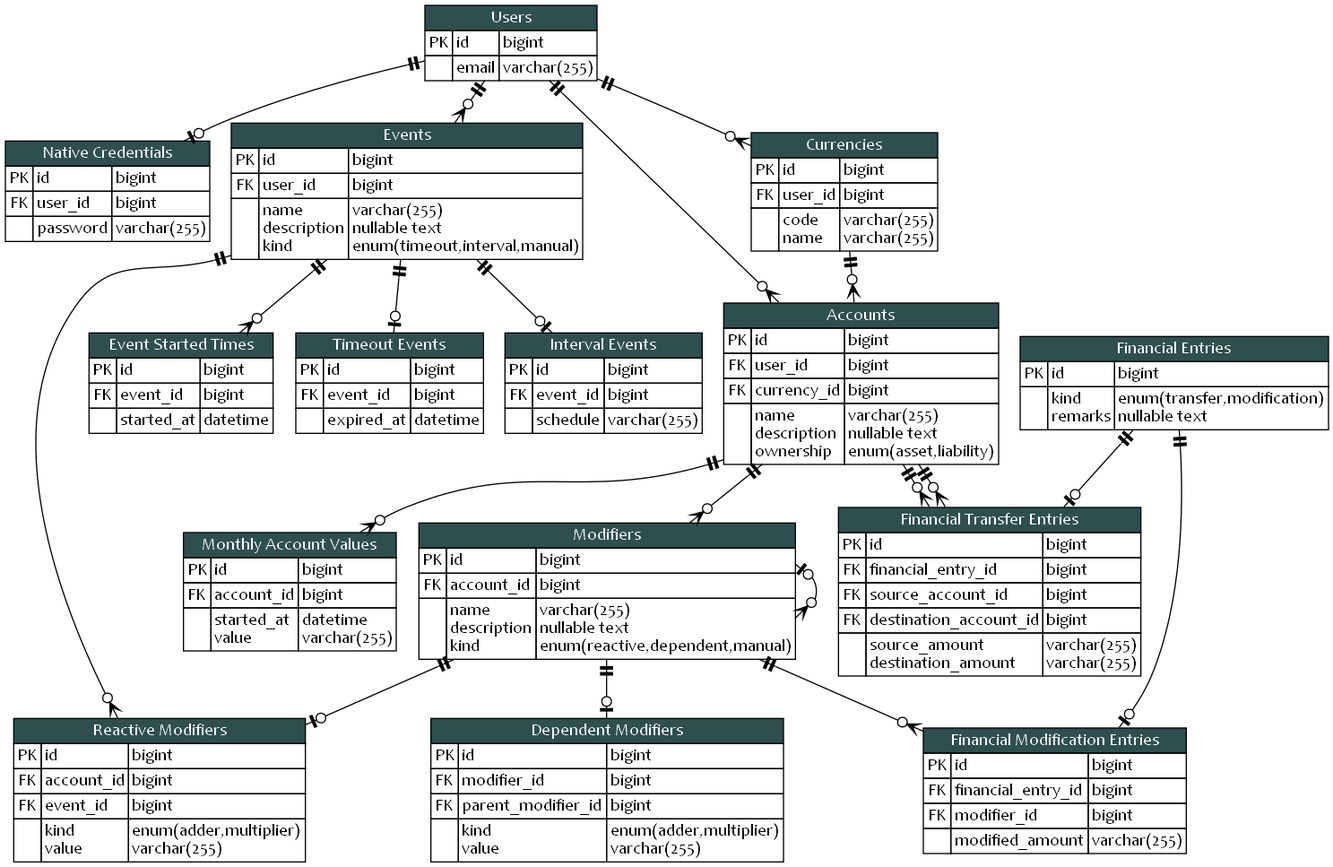
The Graphviz diagram blueprint/erd.png in KennethTrecy/peratorakka_server, before a commit. Its source is kept beside it as blueprint/erd.dot.
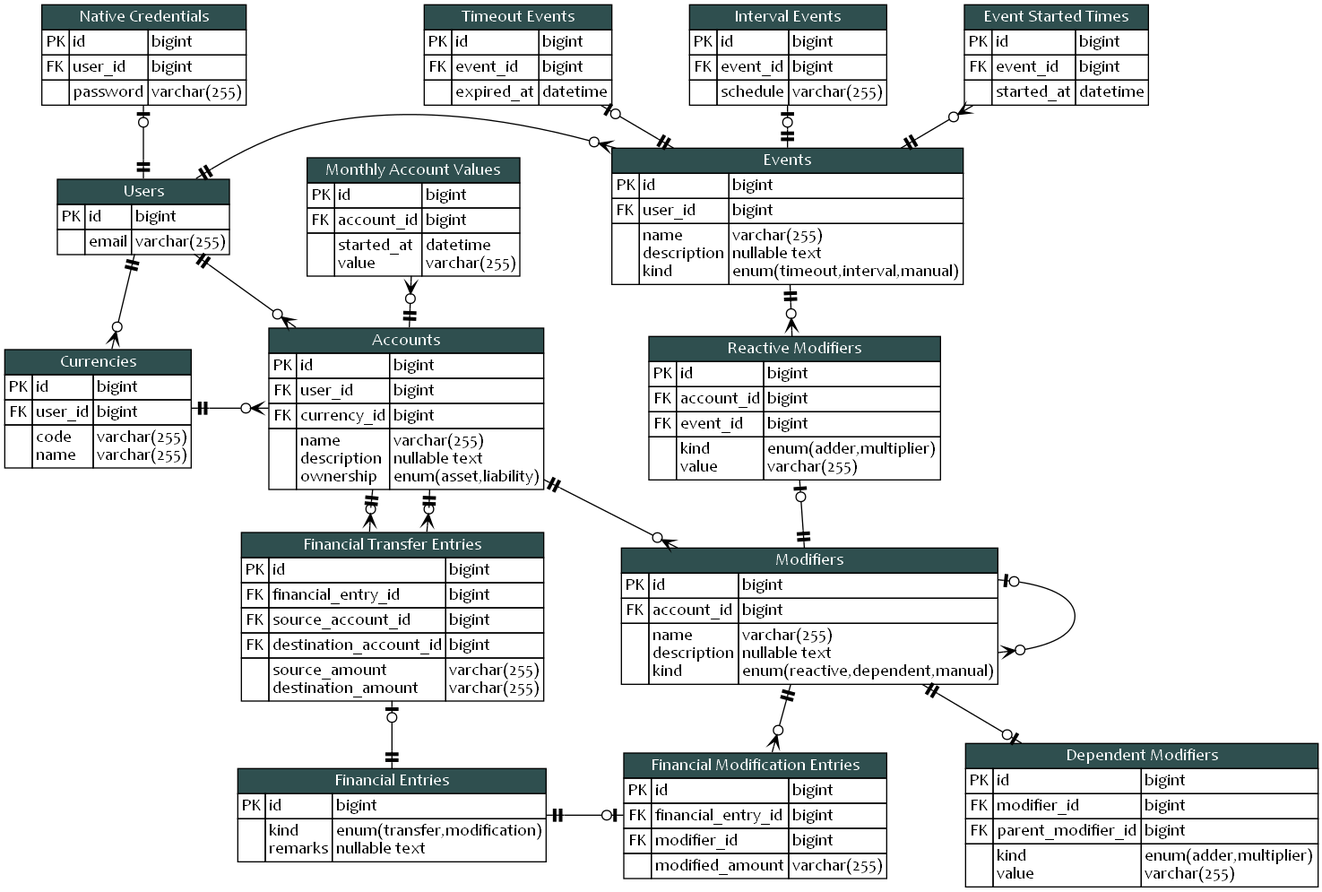
Above is the later version.

Commit message:
docs(blueprint): reorganize the positions of entities in ERD

What changed in the source:
```diff
@@ -1,7 +1,8 @@
 digraph {
 	graph [
+		layout = dot
 		splines = true
-		layout = dot
+		nodesep = 0.9
 	]
 	{
 		node [ shape = none margin = 0 fontname="Candara" ]
@@ -574,4 +575,38 @@
 
 		modifiers -> modifiers
 	}
+
+	{
+		rank = source;
+		timeout_events
+		interval_events
+		event_started_times
+		native_credentials
+	}
+
+	{
+		rank = same;
+		users
+		events
+		monthly_account_values
+	}
+
+	{
+		rank = same;
+		accounts
+		reactive_modifiers
+		currencies
+	}
+
+	{
+		rank = same;
+		modifiers
+		financial_transfer_entries
+	}
+	{
+		rank = sink;
+		dependent_modifiers
+		financial_modification_entries
+		financial_entries
+	}
 }
```
